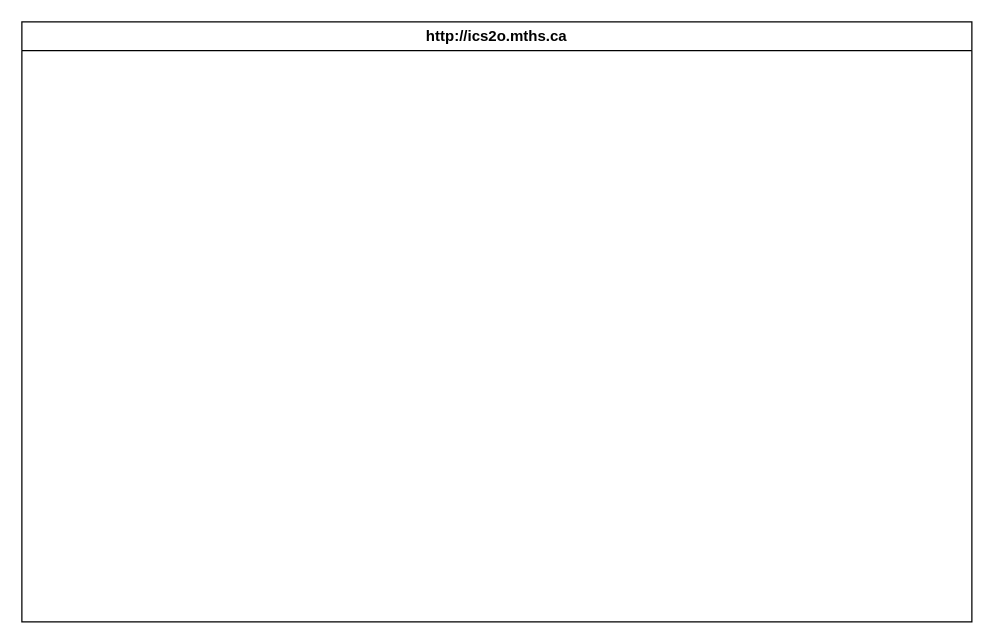
Before: design/storyboard.drawio in MTHS-ICS2O-2-2022/ICS2O-Unit-5-02-Bonnie-Zhu, a draw.io diagram. Source tidied: cells renumbered, new cells numbered last; positions are measured from the earlier drawing's top-left corner, leaving out a move shared by most shapes. Both pictures are drawn from the tidied source at 125%, with x=0, y=0 at pixel (21, 21).
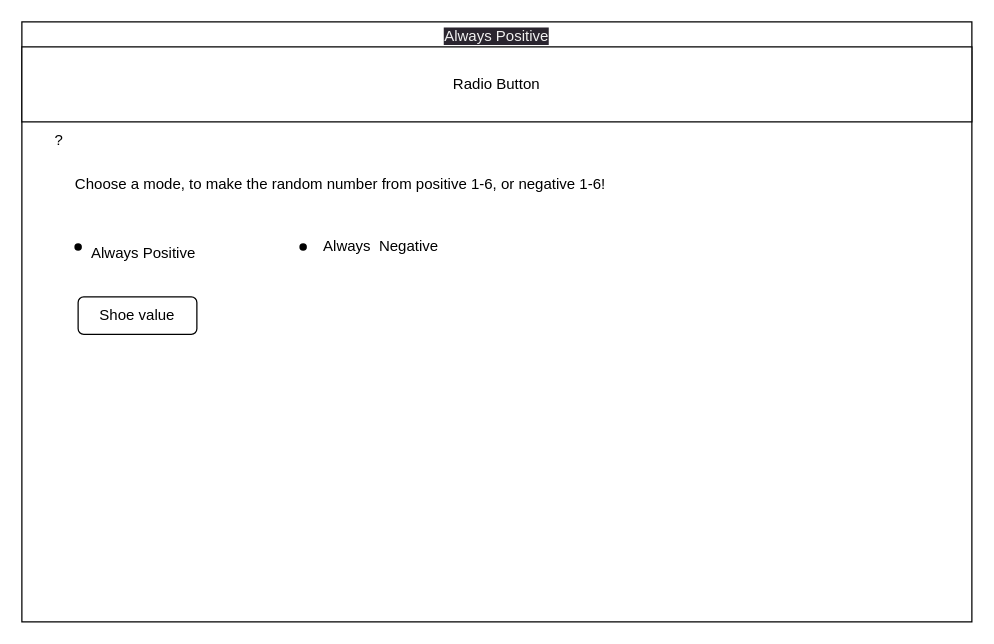
Above is the later version.

Diff of the diagram source:
```diff
@@
 <mxGraphModel>
   <root>
     <mxCell id="0" />
     <mxCell id="1" parent="0" />
-    <mxCell id="2" value="http://ics2o.mths.ca" style="swimlane;whiteSpace=wrap;html=1;" parent="1" vertex="1">
+    <mxCell id="2" value="&lt;span style=&quot;color: rgb(240, 240, 240); font-family: Helvetica; font-size: 12px; font-style: normal; font-variant-ligatures: normal; font-variant-caps: normal; font-weight: 400; letter-spacing: normal; orphans: 2; text-align: center; text-indent: 0px; text-transform: none; widows: 2; word-spacing: 0px; -webkit-text-stroke-width: 0px; background-color: rgb(42, 37, 47); text-decoration-thickness: initial; text-decoration-style: initial; text-decoration-color: initial; float: none; display: inline !important;&quot;&gt;Always Positive&lt;/span&gt;" style="swimlane;whiteSpace=wrap;html=1;" parent="1" vertex="1">
       <mxGeometry width="760" height="480" as="geometry" />
     </mxCell>
+    <mxCell id="3" value="Radio Button" style="rounded=0;whiteSpace=wrap;html=1;" parent="2" vertex="1">
+      <mxGeometry y="20" width="760" height="60" as="geometry" />
+    </mxCell>
+    <mxCell id="4" value="?" style="text;html=1;strokeColor=none;fillColor=none;align=center;verticalAlign=middle;whiteSpace=wrap;rounded=0;" parent="2" vertex="1">
+      <mxGeometry y="80" width="60" height="30" as="geometry" />
+    </mxCell>
+    <mxCell id="5" value="Choose a mode, to make the random number from positive 1-6, or negative 1-6!" style="text;html=1;strokeColor=none;fillColor=none;align=center;verticalAlign=middle;whiteSpace=wrap;rounded=0;" parent="2" vertex="1">
+      <mxGeometry x="10" y="110" width="490" height="40" as="geometry" />
+    </mxCell>
+    <mxCell id="6" style="shape=waypoint;sketch=0;fillStyle=solid;size=6;fillColor=none;perimeter=centerPerimeter;" parent="2" vertex="1">
+      <mxGeometry x="35" y="170" width="20" height="20" as="geometry" />
+    </mxCell>
+    <mxCell id="7" style="shape=waypoint;sketch=0;fillStyle=solid;size=6;fillColor=none;perimeter=centerPerimeter;" parent="2" vertex="1">
+      <mxGeometry x="215" y="170" width="20" height="20" as="geometry" />
+    </mxCell>
+    <mxCell id="8" value="Always Positive" style="text;html=1;strokeColor=none;fillColor=none;align=center;verticalAlign=middle;whiteSpace=wrap;rounded=0;" parent="2" vertex="1">
+      <mxGeometry x="45" y="170" width="105" height="30" as="geometry" />
+    </mxCell>
+    <mxCell id="9" value="Always&amp;nbsp; Negative" style="text;html=1;strokeColor=none;fillColor=none;align=center;verticalAlign=middle;whiteSpace=wrap;rounded=0;" parent="2" vertex="1">
+      <mxGeometry x="235" y="165" width="105" height="30" as="geometry" />
+    </mxCell>
+    <mxCell id="10" value="Shoe value" style="rounded=1;whiteSpace=wrap;html=1;" parent="2" vertex="1">
+      <mxGeometry x="45" y="220" width="95" height="30" as="geometry" />
+    </mxCell>
   </root>
 </mxGraphModel>
```
